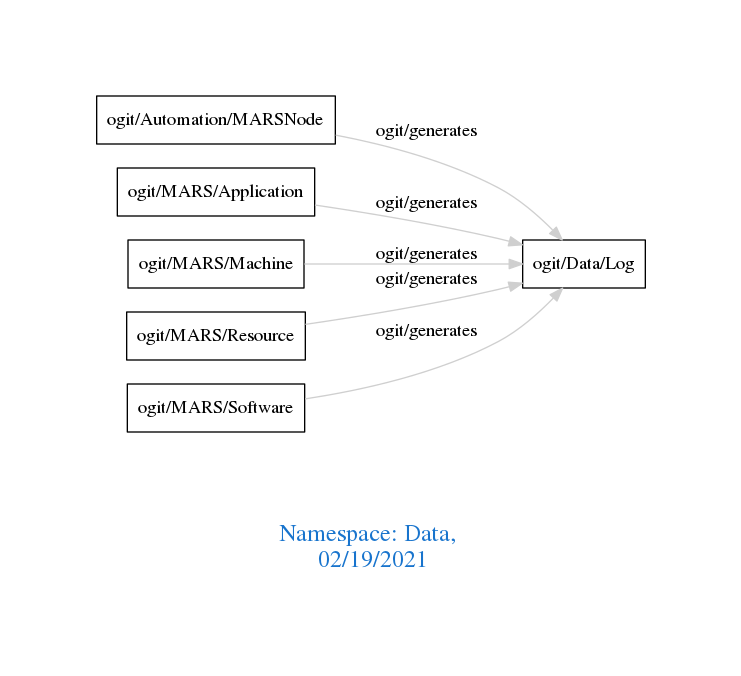
This is downloads/Data.png from arago/OGIT, a Graphviz export, as it was before one commit. Its source is kept beside it as downloads/Data.dot. The source it was exported from:
```dot
digraph OGIT_ontology {
 graph [ rankdir= LR,pad=1
fontsize = 18,
fontcolor= dodgerblue3,label = "\n\n\nNamespace: Data, \n 02/19/2021"];
node[shape=polygon];
edge [  color="gray81"];

   "ogit/Automation/MARSNode" -> "ogit/Data/Log" [label="   ogit/generates    "];
   "ogit/MARS/Application" -> "ogit/Data/Log" [label="   ogit/generates    "];
   "ogit/MARS/Machine" -> "ogit/Data/Log" [label="   ogit/generates    "];
   "ogit/MARS/Resource" -> "ogit/Data/Log" [label="   ogit/generates    "];
   "ogit/MARS/Software" -> "ogit/Data/Log" [label="   ogit/generates    "];
}
```
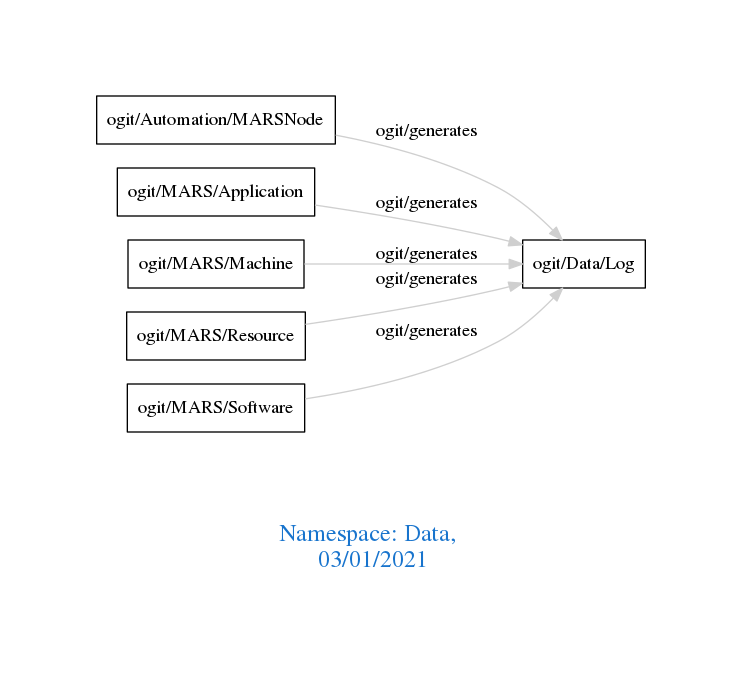
After the commit.

Diff of the diagram source:
```diff
@@ -1,7 +1,7 @@
 digraph OGIT_ontology {
  graph [ rankdir= LR,pad=1
 fontsize = 18,
-fontcolor= dodgerblue3,label = "\n\n\nNamespace: Data, \n 02/19/2021"];
+fontcolor= dodgerblue3,label = "\n\n\nNamespace: Data, \n 03/01/2021"];
 node[shape=polygon];
 edge [  color="gray81"];
 
```
